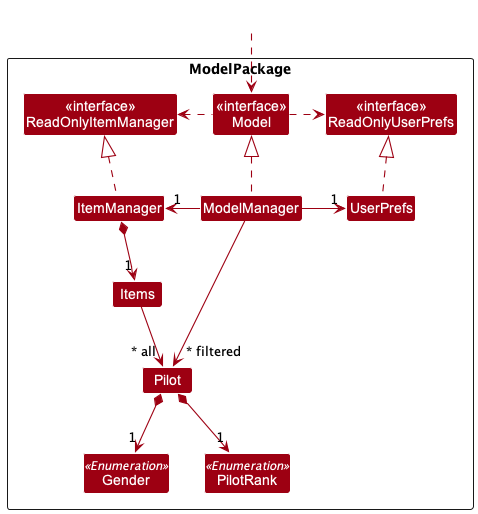
The PlantUML diagram docs/images/WingmanModelClassDiagram.png in nus-cs2103-AY2223S2/tp, before a commit.
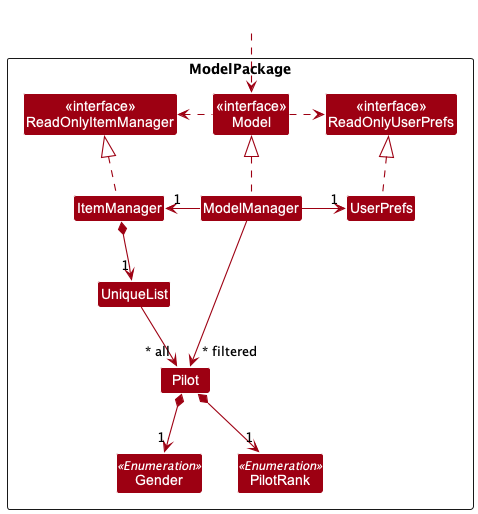
After the commit.

Commit message:
Update Ui, Model and Storage sections

The edit, as a diff of the source:
```diff
@@ -12,7 +12,7 @@
 Class ModelManager
 Class UserPrefs
 
-Class Items
+Class UniqueList
 Class Pilot
 Class Gender <<Enumeration>>
 Class PilotRank <<Enumeration>>
@@ -30,8 +30,8 @@
 ModelManager -right-> "1" UserPrefs
 UserPrefs .up.|> ReadOnlyUserPrefs
 
-ItemManager *--> "1" Items
-Items --> "~* all" Pilot
+ItemManager *--> "1" UniqueList
+UniqueList --> "~* all" Pilot
 Pilot *--> "1" Gender
 Pilot *--> "1" PilotRank
 
```
